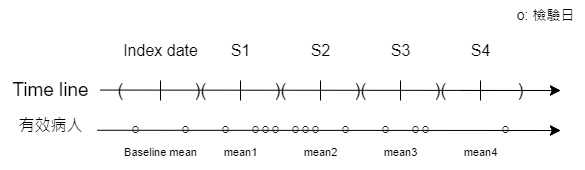
This is 分析/timeline.drawio.png from VinceOY/Disease_analysis, a draw.io export, as it was before one commit. Source tidied: cells renumbered, new cells last; positions are measured from the earlier drawing's top-left corner, leaving out a move shared by most shapes.
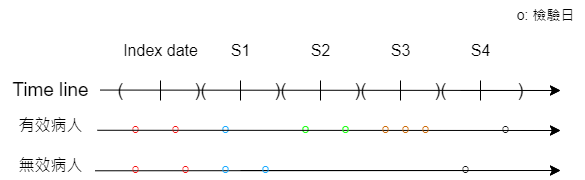
After the change.

Diff of the diagram source:
```diff
@@ -18,6 +18,15 @@
     <mxCell id="5" value="有效病人" style="text;html=1;align=center;verticalAlign=middle;points=[];strokeColor=none;fillColor=none;fontSize=16;" parent="1" vertex="1">
       <mxGeometry x="5" y="110" width="90" height="30" as="geometry" />
     </mxCell>
+    <mxCell id="44" style="endArrow=classic;html=1;rounded=0;fontSize=12;startSize=8;endSize=8;curved=1;" parent="1" edge="1">
+      <mxGeometry relative="1" as="geometry">
+        <mxPoint x="240" y="170" as="sourcePoint" />
+        <mxPoint x="560" y="170" as="targetPoint" />
+      </mxGeometry>
+    </mxCell>
+    <mxCell id="45" value="無效病人" style="text;html=1;align=center;verticalAlign=middle;points=[];strokeColor=none;fillColor=none;fontSize=16;" parent="1" vertex="1">
+      <mxGeometry x="5" y="150" width="90" height="30" as="geometry" />
+    </mxCell>
     <mxCell id="6" value="&lt;font style=&quot;font-size: 16px;&quot;&gt;Index date&lt;/font&gt;" style="text;html=1;align=center;verticalAlign=middle;strokeColor=none;fillColor=none;fontSize=19;" parent="1" vertex="1">
       <mxGeometry x="110" y="30" width="100" height="40" as="geometry" />
     </mxCell>
@@ -86,70 +95,60 @@
     <mxCell id="22" value="(" style="text;html=1;align=center;verticalAlign=middle;strokeColor=none;fillColor=none;fontSize=18;" parent="1" vertex="1">
       <mxGeometry x="105" y="70" width="30" height="40" as="geometry" />
     </mxCell>
-    <mxCell id="23" value="O" style="text;html=1;align=center;verticalAlign=middle;strokeColor=none;fillColor=none;fontSize=9;" parent="1" vertex="1">
+    <mxCell id="23" value="&lt;font color=&quot;#f50505&quot;&gt;O&lt;/font&gt;" style="text;html=1;align=center;verticalAlign=middle;strokeColor=none;fillColor=none;fontSize=9;" parent="1" vertex="1">
       <mxGeometry x="120" y="120" width="30" height="20" as="geometry" />
     </mxCell>
-    <mxCell id="24" value="O" style="text;html=1;align=center;verticalAlign=middle;strokeColor=none;fillColor=none;fontSize=9;" parent="1" vertex="1">
+    <mxCell id="24" value="&lt;font color=&quot;#1aff12&quot;&gt;O&lt;/font&gt;" style="text;html=1;align=center;verticalAlign=middle;strokeColor=none;fillColor=none;fontSize=9;" parent="1" vertex="1">
       <mxGeometry x="290" y="120" width="30" height="20" as="geometry" />
     </mxCell>
-    <mxCell id="25" value="O" style="text;html=1;align=center;verticalAlign=middle;strokeColor=none;fillColor=none;fontSize=9;" parent="1" vertex="1">
-      <mxGeometry x="170" y="120" width="30" height="20" as="geometry" />
-    </mxCell>
-    <mxCell id="26" value="O" style="text;html=1;align=center;verticalAlign=middle;strokeColor=none;fillColor=none;fontSize=9;" parent="1" vertex="1">
-      <mxGeometry x="400" y="120" width="30" height="20" as="geometry" />
-    </mxCell>
-    <mxCell id="27" value="O" style="text;html=1;align=center;verticalAlign=middle;strokeColor=none;fillColor=none;fontSize=9;" parent="1" vertex="1">
-      <mxGeometry x="410" y="120" width="30" height="20" as="geometry" />
-    </mxCell>
-    <mxCell id="28" value="O" style="text;html=1;align=center;verticalAlign=middle;strokeColor=none;fillColor=none;fontSize=9;" parent="1" vertex="1">
+    <mxCell id="28" value="&lt;font color=&quot;#14a9ff&quot;&gt;O&lt;/font&gt;" style="text;html=1;align=center;verticalAlign=middle;strokeColor=none;fillColor=none;fontSize=9;" parent="1" vertex="1">
       <mxGeometry x="210" y="120" width="30" height="20" as="geometry" />
     </mxCell>
     <mxCell id="29" value="O" style="text;html=1;align=center;verticalAlign=middle;points=[];strokeColor=none;fillColor=none;fontSize=9;" parent="1" vertex="1">
       <mxGeometry x="490" y="120" width="30" height="20" as="geometry" />
     </mxCell>
+    <mxCell id="46" style="endArrow=classic;html=1;rounded=0;fontSize=12;startSize=8;endSize=8;curved=1;exitX=0.996;exitY=0.676;exitDx=0;exitDy=0;exitPerimeter=0;" parent="1" edge="1" source="45">
+      <mxGeometry relative="1" as="geometry">
+        <mxPoint x="560" y="170" as="targetPoint" />
+      </mxGeometry>
+    </mxCell>
     <mxCell id="30" style="endArrow=classic;html=1;rounded=0;fontSize=12;startSize=8;endSize=8;curved=1;exitX=1.021;exitY=0.659;exitDx=0;exitDy=0;exitPerimeter=0;" parent="1" edge="1" source="5">
       <mxGeometry relative="1" as="geometry">
         <mxPoint x="560" y="130" as="targetPoint" />
       </mxGeometry>
     </mxCell>
-    <mxCell id="31" value="O" style="text;html=1;align=center;verticalAlign=middle;strokeColor=none;fillColor=none;fontSize=9;" parent="1" vertex="1">
-      <mxGeometry x="330" y="120" width="30" height="20" as="geometry" />
-    </mxCell>
-    <mxCell id="32" value="O" style="text;html=1;align=center;verticalAlign=middle;strokeColor=none;fillColor=none;fontSize=9;" parent="1" vertex="1">
-      <mxGeometry x="370" y="120" width="30" height="20" as="geometry" />
-    </mxCell>
+    <mxCell id="47" value="O" style="text;html=1;align=center;verticalAlign=middle;strokeColor=none;fillColor=none;fontSize=9;" parent="1" vertex="1">
+      <mxGeometry x="450" y="160" width="30" height="20" as="geometry" />
+    </mxCell>
     <mxCell id="33" value="&lt;font style=&quot;font-size: 14px;&quot;&gt;o: 檢驗日&lt;/font&gt;" style="text;html=1;align=center;verticalAlign=middle;strokeColor=none;fillColor=none;fontSize=14;" parent="1" vertex="1">
       <mxGeometry x="505" width="80" height="30" as="geometry" />
     </mxCell>
-    <mxCell id="34" value="&lt;font style=&quot;font-size: 11px;&quot;&gt;Baseline mean&lt;/font&gt;" style="text;html=1;align=center;verticalAlign=middle;strokeColor=none;fillColor=none;fontSize=19;" parent="1" vertex="1">
-      <mxGeometry x="110" y="130" width="100" height="40" as="geometry" />
-    </mxCell>
-    <mxCell id="35" value="&lt;font style=&quot;font-size: 11px;&quot;&gt;mean1&lt;/font&gt;" style="text;html=1;align=center;verticalAlign=middle;strokeColor=none;fillColor=none;fontSize=19;" parent="1" vertex="1">
-      <mxGeometry x="210" y="130" width="60" height="40" as="geometry" />
-    </mxCell>
-    <mxCell id="36" value="&lt;font style=&quot;font-size: 11px;&quot;&gt;mean2&lt;/font&gt;" style="text;html=1;align=center;verticalAlign=middle;strokeColor=none;fillColor=none;fontSize=19;" parent="1" vertex="1">
-      <mxGeometry x="290" y="130" width="60" height="40" as="geometry" />
-    </mxCell>
-    <mxCell id="37" value="&lt;font style=&quot;font-size: 11px;&quot;&gt;mean3&lt;/font&gt;" style="text;html=1;align=center;verticalAlign=middle;strokeColor=none;fillColor=none;fontSize=19;" parent="1" vertex="1">
-      <mxGeometry x="370" y="130" width="60" height="40" as="geometry" />
-    </mxCell>
-    <mxCell id="38" value="&lt;font style=&quot;font-size: 11px;&quot;&gt;mean4&lt;/font&gt;" style="text;html=1;align=center;verticalAlign=middle;strokeColor=none;fillColor=none;fontSize=19;" parent="1" vertex="1">
-      <mxGeometry x="450" y="130" width="60" height="40" as="geometry" />
-    </mxCell>
-    <mxCell id="39" value="O" style="text;html=1;align=center;verticalAlign=middle;strokeColor=none;fillColor=none;fontSize=9;" parent="1" vertex="1">
-      <mxGeometry x="250" y="120" width="30" height="20" as="geometry" />
-    </mxCell>
-    <mxCell id="40" value="O" style="text;html=1;align=center;verticalAlign=middle;strokeColor=none;fillColor=none;fontSize=9;" parent="1" vertex="1">
-      <mxGeometry x="260" y="120" width="30" height="20" as="geometry" />
-    </mxCell>
-    <mxCell id="41" value="O" style="text;html=1;align=center;verticalAlign=middle;strokeColor=none;fillColor=none;fontSize=9;" parent="1" vertex="1">
-      <mxGeometry x="240" y="120" width="30" height="20" as="geometry" />
-    </mxCell>
-    <mxCell id="42" value="O" style="text;html=1;align=center;verticalAlign=middle;strokeColor=none;fillColor=none;fontSize=9;" parent="1" vertex="1">
-      <mxGeometry x="300" y="120" width="30" height="20" as="geometry" />
-    </mxCell>
-    <mxCell id="43" value="O" style="text;html=1;align=center;verticalAlign=middle;strokeColor=none;fillColor=none;fontSize=9;" parent="1" vertex="1">
-      <mxGeometry x="280" y="120" width="30" height="20" as="geometry" />
-    </mxCell>
+    <mxCell id="48" value="&lt;font color=&quot;#f50505&quot;&gt;O&lt;/font&gt;" style="text;html=1;align=center;verticalAlign=middle;strokeColor=none;fillColor=none;fontSize=9;" parent="1" vertex="1">
+      <mxGeometry x="120" y="160" width="30" height="20" as="geometry" />
+    </mxCell>
+    <mxCell id="49" value="&lt;font color=&quot;#f50505&quot;&gt;O&lt;/font&gt;" style="text;html=1;align=center;verticalAlign=middle;strokeColor=none;fillColor=none;fontSize=9;" parent="1" vertex="1">
+      <mxGeometry x="170" y="160" width="30" height="20" as="geometry" />
+    </mxCell>
+    <mxCell id="50" value="&lt;font color=&quot;#f50505&quot;&gt;O&lt;/font&gt;" style="text;html=1;align=center;verticalAlign=middle;strokeColor=none;fillColor=none;fontSize=9;" parent="1" vertex="1">
+      <mxGeometry x="160" y="120" width="30" height="20" as="geometry" />
+    </mxCell>
+    <mxCell id="51" value="&lt;font color=&quot;#14a9ff&quot;&gt;O&lt;/font&gt;" style="text;html=1;align=center;verticalAlign=middle;strokeColor=none;fillColor=none;fontSize=9;" parent="1" vertex="1">
+      <mxGeometry x="210" y="160" width="30" height="20" as="geometry" />
+    </mxCell>
+    <mxCell id="52" value="&lt;font color=&quot;#14a9ff&quot;&gt;O&lt;/font&gt;" style="text;html=1;align=center;verticalAlign=middle;strokeColor=none;fillColor=none;fontSize=9;" parent="1" vertex="1">
+      <mxGeometry x="250" y="160" width="30" height="20" as="geometry" />
+    </mxCell>
+    <mxCell id="53" value="&lt;font color=&quot;#1aff12&quot;&gt;O&lt;/font&gt;" style="text;html=1;align=center;verticalAlign=middle;strokeColor=none;fillColor=none;fontSize=9;" parent="1" vertex="1">
+      <mxGeometry x="330" y="120" width="30" height="20" as="geometry" />
+    </mxCell>
+    <mxCell id="54" value="&lt;font color=&quot;#cc6600&quot;&gt;O&lt;/font&gt;" style="text;html=1;align=center;verticalAlign=middle;strokeColor=none;fillColor=none;fontSize=9;" parent="1" vertex="1">
+      <mxGeometry x="410" y="120" width="30" height="20" as="geometry" />
+    </mxCell>
+    <mxCell id="55" value="&lt;font color=&quot;#cc6600&quot;&gt;O&lt;/font&gt;" style="text;html=1;align=center;verticalAlign=middle;strokeColor=none;fillColor=none;fontSize=9;" parent="1" vertex="1">
+      <mxGeometry x="370" y="120" width="30" height="20" as="geometry" />
+    </mxCell>
+    <mxCell id="56" value="&lt;font color=&quot;#cc6600&quot;&gt;O&lt;/font&gt;" style="text;html=1;align=center;verticalAlign=middle;strokeColor=none;fillColor=none;fontSize=9;" parent="1" vertex="1">
+      <mxGeometry x="390" y="120" width="30" height="20" as="geometry" />
+    </mxCell>
   </root>
 </mxGraphModel>
```
